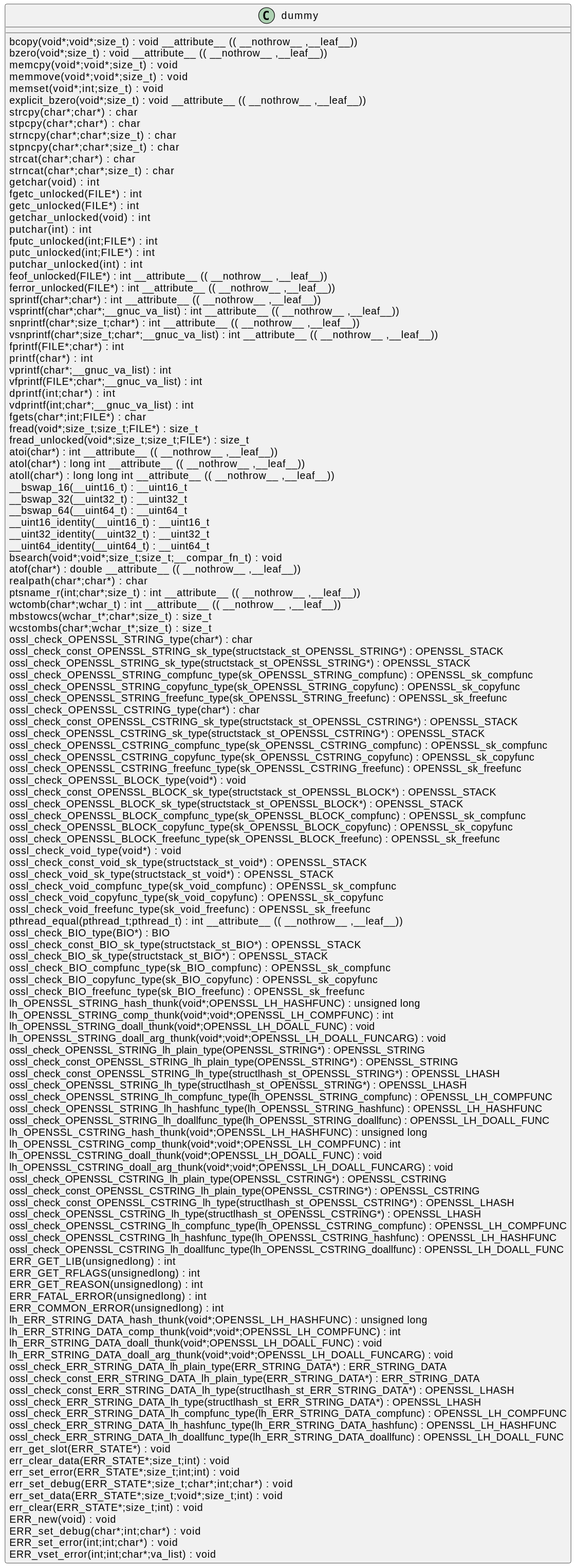
Above: docs/qc/crypto/err/err_blocks.c.svg in qualitesys/openssl (PlantUML), before the change.
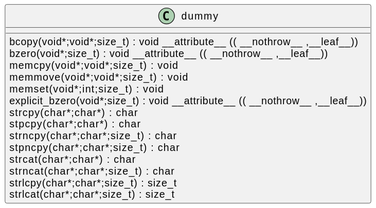
After the commit.

Diff of the diagram source:
```diff
@@ -1,135 +1,19 @@
 @startuml
 !pragma layout smetana
 class dummy {
-bcopy(void*;void*;size_t) :  void  __attribute__ (( __nothrow__ ,__leaf__)) [[[./../../.././qc/crypto/err/err_blocks.c.html#298]]]
-bzero(void*;size_t) :  void  __attribute__ (( __nothrow__ ,__leaf__)) [[[./../../.././qc/crypto/err/err_blocks.c.html#305]]]
-memcpy(void*;void*;size_t) :  void  [[[./../../.././qc/crypto/err/err_blocks.c.html#346]]]
-memmove(void*;void*;size_t) :  void  [[[./../../.././qc/crypto/err/err_blocks.c.html#354]]]
-memset(void*;int;size_t) :  void  [[[./../../.././qc/crypto/err/err_blocks.c.html#361]]]
-explicit_bzero(void*;size_t) :  void  __attribute__ (( __nothrow__ ,__leaf__)) [[[./../../.././qc/crypto/err/err_blocks.c.html#374]]]
-strcpy(char*;char*) :  char  [[[./../../.././qc/crypto/err/err_blocks.c.html#381]]]
-stpcpy(char*;char*) :  char  [[[./../../.././qc/crypto/err/err_blocks.c.html#388]]]
-strncpy(char*;char*;size_t) :  char  [[[./../../.././qc/crypto/err/err_blocks.c.html#396]]]
-stpncpy(char*;char*;size_t) :  char  [[[./../../.././qc/crypto/err/err_blocks.c.html#406]]]
-strcat(char*;char*) :  char  [[[./../../.././qc/crypto/err/err_blocks.c.html#413]]]
-strncat(char*;char*;size_t) :  char  [[[./../../.././qc/crypto/err/err_blocks.c.html#420]]]
-getchar(void) :  int  [[[./../../.././qc/crypto/err/err_blocks.c.html#1294]]]
-fgetc_unlocked(FILE*) :  int  [[[./../../.././qc/crypto/err/err_blocks.c.html#1303]]]
-getc_unlocked(FILE*) :  int  [[[./../../.././qc/crypto/err/err_blocks.c.html#1313]]]
-getchar_unlocked(void) :  int  [[[./../../.././qc/crypto/err/err_blocks.c.html#1320]]]
-putchar(int) :  int  [[[./../../.././qc/crypto/err/err_blocks.c.html#1329]]]
-fputc_unlocked(int;FILE*) :  int  [[[./../../.././qc/crypto/err/err_blocks.c.html#1338]]]
-putc_unlocked(int;FILE*) :  int  [[[./../../.././qc/crypto/err/err_blocks.c.html#1348]]]
-putchar_unlocked(int) :  int  [[[./../../.././qc/crypto/err/err_blocks.c.html#1355]]]
-feof_unlocked(FILE*) :  int  __attribute__ (( __nothrow__ ,__leaf__)) [[[./../../.././qc/crypto/err/err_blocks.c.html#1361]]]
-ferror_unlocked(FILE*) :  int  __attribute__ (( __nothrow__ ,__leaf__)) [[[./../../.././qc/crypto/err/err_blocks.c.html#1368]]]
-sprintf(char*;char*) :  int  __attribute__ (( __nothrow__ ,__leaf__)) [[[./../../.././qc/crypto/err/err_blocks.c.html#1387]]]
-vsprintf(char*;char*;__gnuc_va_list) :  int  __attribute__ (( __nothrow__ ,__leaf__)) [[[./../../.././qc/crypto/err/err_blocks.c.html#1400]]]
-snprintf(char*;size_t;char*) :  int  __attribute__ (( __nothrow__ ,__leaf__)) [[[./../../.././qc/crypto/err/err_blocks.c.html#1419]]]
-vsnprintf(char*;size_t;char*;__gnuc_va_list) :  int  __attribute__ (( __nothrow__ ,__leaf__)) [[[./../../.././qc/crypto/err/err_blocks.c.html#1433]]]
-fprintf(FILE*;char*) :  int  [[[./../../.././qc/crypto/err/err_blocks.c.html#1454]]]
-printf(char*) :  int  [[[./../../.././qc/crypto/err/err_blocks.c.html#1461]]]
-vprintf(char*;__gnuc_va_list) :  int  [[[./../../.././qc/crypto/err/err_blocks.c.html#1473]]]
-vfprintf(FILE*;char*;__gnuc_va_list) :  int  [[[./../../.././qc/crypto/err/err_blocks.c.html#1483]]]
-dprintf(int;char*) :  int  [[[./../../.././qc/crypto/err/err_blocks.c.html#1498]]]
-vdprintf(int;char*;__gnuc_va_list) :  int  [[[./../../.././qc/crypto/err/err_blocks.c.html#1509]]]
-fgets(char*;int;FILE*) :  char  [[[./../../.././qc/crypto/err/err_blocks.c.html#1528]]]
-fread(void*;size_t;size_t;FILE*) : size_t [[[./../../.././qc/crypto/err/err_blocks.c.html#1554]]]
-fread_unlocked(void*;size_t;size_t;FILE*) : size_t [[[./../../.././qc/crypto/err/err_blocks.c.html#1581]]]
-atoi(char*) :  int  __attribute__ (( __nothrow__ ,__leaf__)) [[[./../../.././qc/crypto/err/err_blocks.c.html#1741]]]
-atol(char*) :  long  int  __attribute__ (( __nothrow__ ,__leaf__)) [[[./../../.././qc/crypto/err/err_blocks.c.html#1746]]]
-atoll(char*) :  long  long  int  __attribute__ (( __nothrow__ ,__leaf__)) [[[./../../.././qc/crypto/err/err_blocks.c.html#1753]]]
-__bswap_16(__uint16_t) : __uint16_t [[[./../../.././qc/crypto/err/err_blocks.c.html#1900]]]
-__bswap_32(__uint32_t) : __uint32_t [[[./../../.././qc/crypto/err/err_blocks.c.html#1915]]]
-__bswap_64(__uint64_t) : __uint64_t [[[./../../.././qc/crypto/err/err_blocks.c.html#1925]]]
-__uint16_identity(__uint16_t) : __uint16_t [[[./../../.././qc/crypto/err/err_blocks.c.html#1937]]]
-__uint32_identity(__uint32_t) : __uint32_t [[[./../../.././qc/crypto/err/err_blocks.c.html#1943]]]
-__uint64_identity(__uint64_t) : __uint64_t [[[./../../.././qc/crypto/err/err_blocks.c.html#1949]]]
-bsearch(void*;void*;size_t;size_t;__compar_fn_t) :  void  [[[./../../.././qc/crypto/err/err_blocks.c.html#2617]]]
-atof(char*) :  double  __attribute__ (( __nothrow__ ,__leaf__)) [[[./../../.././qc/crypto/err/err_blocks.c.html#1]]]
-realpath(char*;char*) :  char  [[[./../../.././qc/crypto/err/err_blocks.c.html#1]]]
-ptsname_r(int;char*;size_t) :  int  __attribute__ (( __nothrow__ ,__leaf__)) [[[./../../.././qc/crypto/err/err_blocks.c.html#1]]]
-wctomb(char*;wchar_t) :  int  __attribute__ (( __nothrow__ ,__leaf__)) [[[./../../.././qc/crypto/err/err_blocks.c.html#1]]]
-mbstowcs(wchar_t*;char*;size_t) : size_t [[[./../../.././qc/crypto/err/err_blocks.c.html#1]]]
-wcstombs(char*;wchar_t*;size_t) : size_t [[[./../../.././qc/crypto/err/err_blocks.c.html#1]]]
-ossl_check_OPENSSL_STRING_type(char*) :  char  [[[./../../.././qc/crypto/err/err_blocks.c.html#1]]]
-ossl_check_const_OPENSSL_STRING_sk_type(structstack_st_OPENSSL_STRING*) : OPENSSL_STACK [[[./../../.././qc/crypto/err/err_blocks.c.html#1]]]
-ossl_check_OPENSSL_STRING_sk_type(structstack_st_OPENSSL_STRING*) : OPENSSL_STACK [[[./../../.././qc/crypto/err/err_blocks.c.html#1]]]
-ossl_check_OPENSSL_STRING_compfunc_type(sk_OPENSSL_STRING_compfunc) : OPENSSL_sk_compfunc [[[./../../.././qc/crypto/err/err_blocks.c.html#1]]]
-ossl_check_OPENSSL_STRING_copyfunc_type(sk_OPENSSL_STRING_copyfunc) : OPENSSL_sk_copyfunc [[[./../../.././qc/crypto/err/err_blocks.c.html#1]]]
-ossl_check_OPENSSL_STRING_freefunc_type(sk_OPENSSL_STRING_freefunc) : OPENSSL_sk_freefunc [[[./../../.././qc/crypto/err/err_blocks.c.html#1]]]
-ossl_check_OPENSSL_CSTRING_type(char*) :  char  [[[./../../.././qc/crypto/err/err_blocks.c.html#1]]]
-ossl_check_const_OPENSSL_CSTRING_sk_type(structstack_st_OPENSSL_CSTRING*) : OPENSSL_STACK [[[./../../.././qc/crypto/err/err_blocks.c.html#1]]]
-ossl_check_OPENSSL_CSTRING_sk_type(structstack_st_OPENSSL_CSTRING*) : OPENSSL_STACK [[[./../../.././qc/crypto/err/err_blocks.c.html#1]]]
-ossl_check_OPENSSL_CSTRING_compfunc_type(sk_OPENSSL_CSTRING_compfunc) : OPENSSL_sk_compfunc [[[./../../.././qc/crypto/err/err_blocks.c.html#1]]]
-ossl_check_OPENSSL_CSTRING_copyfunc_type(sk_OPENSSL_CSTRING_copyfunc) : OPENSSL_sk_copyfunc [[[./../../.././qc/crypto/err/err_blocks.c.html#1]]]
-ossl_check_OPENSSL_CSTRING_freefunc_type(sk_OPENSSL_CSTRING_freefunc) : OPENSSL_sk_freefunc [[[./../../.././qc/crypto/err/err_blocks.c.html#1]]]
-ossl_check_OPENSSL_BLOCK_type(void*) :  void  [[[./../../.././qc/crypto/err/err_blocks.c.html#1]]]
-ossl_check_const_OPENSSL_BLOCK_sk_type(structstack_st_OPENSSL_BLOCK*) : OPENSSL_STACK [[[./../../.././qc/crypto/err/err_blocks.c.html#1]]]
-ossl_check_OPENSSL_BLOCK_sk_type(structstack_st_OPENSSL_BLOCK*) : OPENSSL_STACK [[[./../../.././qc/crypto/err/err_blocks.c.html#1]]]
-ossl_check_OPENSSL_BLOCK_compfunc_type(sk_OPENSSL_BLOCK_compfunc) : OPENSSL_sk_compfunc [[[./../../.././qc/crypto/err/err_blocks.c.html#1]]]
-ossl_check_OPENSSL_BLOCK_copyfunc_type(sk_OPENSSL_BLOCK_copyfunc) : OPENSSL_sk_copyfunc [[[./../../.././qc/crypto/err/err_blocks.c.html#1]]]
-ossl_check_OPENSSL_BLOCK_freefunc_type(sk_OPENSSL_BLOCK_freefunc) : OPENSSL_sk_freefunc [[[./../../.././qc/crypto/err/err_blocks.c.html#1]]]
-ossl_check_void_type(void*) :  void  [[[./../../.././qc/crypto/err/err_blocks.c.html#1]]]
-ossl_check_const_void_sk_type(structstack_st_void*) : OPENSSL_STACK [[[./../../.././qc/crypto/err/err_blocks.c.html#1]]]
-ossl_check_void_sk_type(structstack_st_void*) : OPENSSL_STACK [[[./../../.././qc/crypto/err/err_blocks.c.html#1]]]
-ossl_check_void_compfunc_type(sk_void_compfunc) : OPENSSL_sk_compfunc [[[./../../.././qc/crypto/err/err_blocks.c.html#1]]]
-ossl_check_void_copyfunc_type(sk_void_copyfunc) : OPENSSL_sk_copyfunc [[[./../../.././qc/crypto/err/err_blocks.c.html#1]]]
-ossl_check_void_freefunc_type(sk_void_freefunc) : OPENSSL_sk_freefunc [[[./../../.././qc/crypto/err/err_blocks.c.html#1]]]
-pthread_equal(pthread_t;pthread_t) :  int  __attribute__ (( __nothrow__ ,__leaf__)) [[[./../../.././qc/crypto/err/err_blocks.c.html#1]]]
-ossl_check_BIO_type(BIO*) : BIO [[[./../../.././qc/crypto/err/err_blocks.c.html#1]]]
-ossl_check_const_BIO_sk_type(structstack_st_BIO*) : OPENSSL_STACK [[[./../../.././qc/crypto/err/err_blocks.c.html#1]]]
-ossl_check_BIO_sk_type(structstack_st_BIO*) : OPENSSL_STACK [[[./../../.././qc/crypto/err/err_blocks.c.html#1]]]
-ossl_check_BIO_compfunc_type(sk_BIO_compfunc) : OPENSSL_sk_compfunc [[[./../../.././qc/crypto/err/err_blocks.c.html#1]]]
-ossl_check_BIO_copyfunc_type(sk_BIO_copyfunc) : OPENSSL_sk_copyfunc [[[./../../.././qc/crypto/err/err_blocks.c.html#1]]]
-ossl_check_BIO_freefunc_type(sk_BIO_freefunc) : OPENSSL_sk_freefunc [[[./../../.././qc/crypto/err/err_blocks.c.html#1]]]
-lh_OPENSSL_STRING_hash_thunk(void*;OPENSSL_LH_HASHFUNC) :  unsigned  long  [[[./../../.././qc/crypto/err/err_blocks.c.html#1]]]
-lh_OPENSSL_STRING_comp_thunk(void*;void*;OPENSSL_LH_COMPFUNC) :  int  [[[./../../.././qc/crypto/err/err_blocks.c.html#1]]]
-lh_OPENSSL_STRING_doall_thunk(void*;OPENSSL_LH_DOALL_FUNC) :  void  [[[./../../.././qc/crypto/err/err_blocks.c.html#1]]]
-lh_OPENSSL_STRING_doall_arg_thunk(void*;void*;OPENSSL_LH_DOALL_FUNCARG) :  void  [[[./../../.././qc/crypto/err/err_blocks.c.html#1]]]
-ossl_check_OPENSSL_STRING_lh_plain_type(OPENSSL_STRING*) : OPENSSL_STRING [[[./../../.././qc/crypto/err/err_blocks.c.html#1]]]
-ossl_check_const_OPENSSL_STRING_lh_plain_type(OPENSSL_STRING*) : OPENSSL_STRING [[[./../../.././qc/crypto/err/err_blocks.c.html#1]]]
-ossl_check_const_OPENSSL_STRING_lh_type(structlhash_st_OPENSSL_STRING*) : OPENSSL_LHASH [[[./../../.././qc/crypto/err/err_blocks.c.html#1]]]
-ossl_check_OPENSSL_STRING_lh_type(structlhash_st_OPENSSL_STRING*) : OPENSSL_LHASH [[[./../../.././qc/crypto/err/err_blocks.c.html#1]]]
-ossl_check_OPENSSL_STRING_lh_compfunc_type(lh_OPENSSL_STRING_compfunc) : OPENSSL_LH_COMPFUNC [[[./../../.././qc/crypto/err/err_blocks.c.html#1]]]
-ossl_check_OPENSSL_STRING_lh_hashfunc_type(lh_OPENSSL_STRING_hashfunc) : OPENSSL_LH_HASHFUNC [[[./../../.././qc/crypto/err/err_blocks.c.html#1]]]
-ossl_check_OPENSSL_STRING_lh_doallfunc_type(lh_OPENSSL_STRING_doallfunc) : OPENSSL_LH_DOALL_FUNC [[[./../../.././qc/crypto/err/err_blocks.c.html#1]]]
-lh_OPENSSL_CSTRING_hash_thunk(void*;OPENSSL_LH_HASHFUNC) :  unsigned  long  [[[./../../.././qc/crypto/err/err_blocks.c.html#1]]]
-lh_OPENSSL_CSTRING_comp_thunk(void*;void*;OPENSSL_LH_COMPFUNC) :  int  [[[./../../.././qc/crypto/err/err_blocks.c.html#1]]]
-lh_OPENSSL_CSTRING_doall_thunk(void*;OPENSSL_LH_DOALL_FUNC) :  void  [[[./../../.././qc/crypto/err/err_blocks.c.html#1]]]
-lh_OPENSSL_CSTRING_doall_arg_thunk(void*;void*;OPENSSL_LH_DOALL_FUNCARG) :  void  [[[./../../.././qc/crypto/err/err_blocks.c.html#1]]]
-ossl_check_OPENSSL_CSTRING_lh_plain_type(OPENSSL_CSTRING*) : OPENSSL_CSTRING [[[./../../.././qc/crypto/err/err_blocks.c.html#1]]]
-ossl_check_const_OPENSSL_CSTRING_lh_plain_type(OPENSSL_CSTRING*) : OPENSSL_CSTRING [[[./../../.././qc/crypto/err/err_blocks.c.html#1]]]
-ossl_check_const_OPENSSL_CSTRING_lh_type(structlhash_st_OPENSSL_CSTRING*) : OPENSSL_LHASH [[[./../../.././qc/crypto/err/err_blocks.c.html#1]]]
-ossl_check_OPENSSL_CSTRING_lh_type(structlhash_st_OPENSSL_CSTRING*) : OPENSSL_LHASH [[[./../../.././qc/crypto/err/err_blocks.c.html#1]]]
-ossl_check_OPENSSL_CSTRING_lh_compfunc_type(lh_OPENSSL_CSTRING_compfunc) : OPENSSL_LH_COMPFUNC [[[./../../.././qc/crypto/err/err_blocks.c.html#1]]]
-ossl_check_OPENSSL_CSTRING_lh_hashfunc_type(lh_OPENSSL_CSTRING_hashfunc) : OPENSSL_LH_HASHFUNC [[[./../../.././qc/crypto/err/err_blocks.c.html#1]]]
-ossl_check_OPENSSL_CSTRING_lh_doallfunc_type(lh_OPENSSL_CSTRING_doallfunc) : OPENSSL_LH_DOALL_FUNC [[[./../../.././qc/crypto/err/err_blocks.c.html#1]]]
-ERR_GET_LIB(unsignedlong) :  int  [[[./../../.././qc/crypto/err/err_blocks.c.html#1]]]
-ERR_GET_RFLAGS(unsignedlong) :  int  [[[./../../.././qc/crypto/err/err_blocks.c.html#1]]]
-ERR_GET_REASON(unsignedlong) :  int  [[[./../../.././qc/crypto/err/err_blocks.c.html#1]]]
-ERR_FATAL_ERROR(unsignedlong) :  int  [[[./../../.././qc/crypto/err/err_blocks.c.html#1]]]
-ERR_COMMON_ERROR(unsignedlong) :  int  [[[./../../.././qc/crypto/err/err_blocks.c.html#1]]]
-lh_ERR_STRING_DATA_hash_thunk(void*;OPENSSL_LH_HASHFUNC) :  unsigned  long  [[[./../../.././qc/crypto/err/err_blocks.c.html#1]]]
-lh_ERR_STRING_DATA_comp_thunk(void*;void*;OPENSSL_LH_COMPFUNC) :  int  [[[./../../.././qc/crypto/err/err_blocks.c.html#1]]]
-lh_ERR_STRING_DATA_doall_thunk(void*;OPENSSL_LH_DOALL_FUNC) :  void  [[[./../../.././qc/crypto/err/err_blocks.c.html#1]]]
-lh_ERR_STRING_DATA_doall_arg_thunk(void*;void*;OPENSSL_LH_DOALL_FUNCARG) :  void  [[[./../../.././qc/crypto/err/err_blocks.c.html#1]]]
-ossl_check_ERR_STRING_DATA_lh_plain_type(ERR_STRING_DATA*) : ERR_STRING_DATA [[[./../../.././qc/crypto/err/err_blocks.c.html#1]]]
-ossl_check_const_ERR_STRING_DATA_lh_plain_type(ERR_STRING_DATA*) : ERR_STRING_DATA [[[./../../.././qc/crypto/err/err_blocks.c.html#1]]]
-ossl_check_const_ERR_STRING_DATA_lh_type(structlhash_st_ERR_STRING_DATA*) : OPENSSL_LHASH [[[./../../.././qc/crypto/err/err_blocks.c.html#1]]]
-ossl_check_ERR_STRING_DATA_lh_type(structlhash_st_ERR_STRING_DATA*) : OPENSSL_LHASH [[[./../../.././qc/crypto/err/err_blocks.c.html#1]]]
-ossl_check_ERR_STRING_DATA_lh_compfunc_type(lh_ERR_STRING_DATA_compfunc) : OPENSSL_LH_COMPFUNC [[[./../../.././qc/crypto/err/err_blocks.c.html#1]]]
-ossl_check_ERR_STRING_DATA_lh_hashfunc_type(lh_ERR_STRING_DATA_hashfunc) : OPENSSL_LH_HASHFUNC [[[./../../.././qc/crypto/err/err_blocks.c.html#1]]]
-ossl_check_ERR_STRING_DATA_lh_doallfunc_type(lh_ERR_STRING_DATA_doallfunc) : OPENSSL_LH_DOALL_FUNC [[[./../../.././qc/crypto/err/err_blocks.c.html#1]]]
-err_get_slot(ERR_STATE*) :  void  [[[./../../.././qc/crypto/err/err_blocks.c.html#1]]]
-err_clear_data(ERR_STATE*;size_t;int) :  void  [[[./../../.././qc/crypto/err/err_blocks.c.html#1]]]
-err_set_error(ERR_STATE*;size_t;int;int) :  void  [[[./../../.././qc/crypto/err/err_blocks.c.html#1]]]
-err_set_debug(ERR_STATE*;size_t;char*;int;char*) :  void  [[[./../../.././qc/crypto/err/err_blocks.c.html#1]]]
-err_set_data(ERR_STATE*;size_t;void*;size_t;int) :  void  [[[./../../.././qc/crypto/err/err_blocks.c.html#1]]]
-err_clear(ERR_STATE*;size_t;int) :  void  [[[./../../.././qc/crypto/err/err_blocks.c.html#1]]]
-ERR_new(void) :  void  [[[./../../.././qc/crypto/err/err_blocks.c.html#1]]]
-ERR_set_debug(char*;int;char*) :  void  [[[./../../.././qc/crypto/err/err_blocks.c.html#1]]]
-ERR_set_error(int;int;char*) :  void  [[[./../../.././qc/crypto/err/err_blocks.c.html#1]]]
-ERR_vset_error(int;int;char*;va_list) :  void  [[[./../../.././qc/crypto/err/err_blocks.c.html#1]]]
+bcopy(void*;void*;size_t) :  void  __attribute__ (( __nothrow__ ,__leaf__)) [[[./../../.././qc/crypto/err/err_blocks.c.html#332]]]
+bzero(void*;size_t) :  void  __attribute__ (( __nothrow__ ,__leaf__)) [[[./../../.././qc/crypto/err/err_blocks.c.html#339]]]
+memcpy(void*;void*;size_t) :  void  [[[./../../.././qc/crypto/err/err_blocks.c.html#393]]]
+memmove(void*;void*;size_t) :  void  [[[./../../.././qc/crypto/err/err_blocks.c.html#401]]]
+memset(void*;int;size_t) :  void  [[[./../../.././qc/crypto/err/err_blocks.c.html#408]]]
+explicit_bzero(void*;size_t) :  void  __attribute__ (( __nothrow__ ,__leaf__)) [[[./../../.././qc/crypto/err/err_blocks.c.html#421]]]
+strcpy(char*;char*) :  char  [[[./../../.././qc/crypto/err/err_blocks.c.html#428]]]
+stpcpy(char*;char*) :  char  [[[./../../.././qc/crypto/err/err_blocks.c.html#435]]]
+strncpy(char*;char*;size_t) :  char  [[[./../../.././qc/crypto/err/err_blocks.c.html#443]]]
+stpncpy(char*;char*;size_t) :  char  [[[./../../.././qc/crypto/err/err_blocks.c.html#453]]]
+strcat(char*;char*) :  char  [[[./../../.././qc/crypto/err/err_blocks.c.html#460]]]
+strncat(char*;char*;size_t) :  char  [[[./../../.././qc/crypto/err/err_blocks.c.html#467]]]
+strlcpy(char*;char*;size_t) : size_t [[[./../../.././qc/crypto/err/err_blocks.c.html#482]]]
+strlcat(char*;char*;size_t) : size_t [[[./../../.././qc/crypto/err/err_blocks.c.html#499]]]
 }
 @enduml
```
